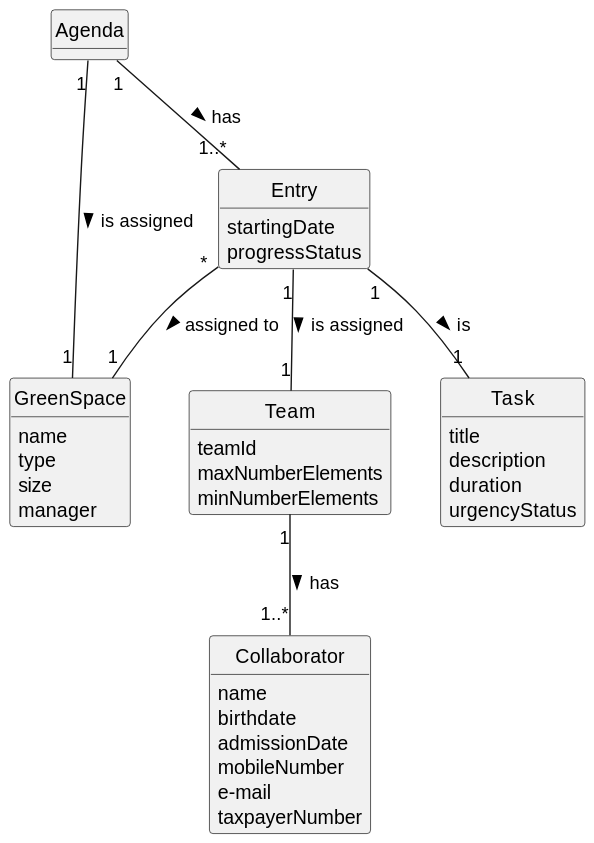
Before: docs/sprintC/us022/02.analysis/svg/us022-domain-model.svg, a diagram exported from PlantUML (ricardomm7/leaflink).
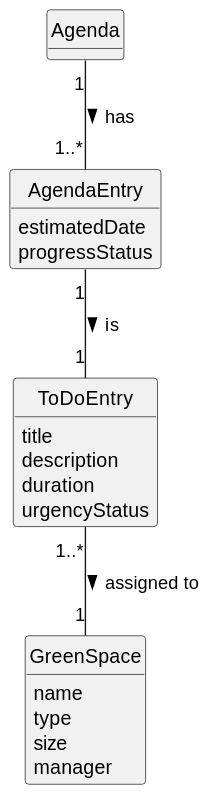
Above is the later version.

What changed in the source:
```diff
@@ -10,37 +10,15 @@
 hide methods
 
 
-class Collaborator {
-    name
-    birthdate
-    admissionDate
-    mobileNumber
-    e-mail
-    taxpayerNumber
-}
 
-class Team {
-    teamId
-    maxNumberElements
-    minNumberElements
-}
-
-class GreenSpace{
-    name
-    type
-    size
-    manager
-
-}
-
-class Entry {
-    startingDate
+class AgendaEntry {
+    estimatedDate
     progressStatus
 
 }
 
 
-class Task {
+class ToDoEntry {
     title
     description
     duration
@@ -51,15 +29,16 @@
 class Agenda{
 }
 
-Agenda "1" -- "1..*" Entry: has >
+class GreenSpace{
+name
+type
+size
+manager
 
-Entry "1" -- "1" Task: is >
+}
+Agenda "1" -- "1..*" AgendaEntry: has >
 
-Entry "*" -- "1" GreenSpace : assigned to >
+AgendaEntry "1" -- "1" ToDoEntry: is >
 
-Entry "1" -- "1" Team : is assigned >
-
-Team "1" -- "1..*" Collaborator : has >
-
-Agenda "1" -- "1" GreenSpace : is assigned >
+ToDoEntry "1..*" -- "1" GreenSpace: assigned to >
 @enduml
```
